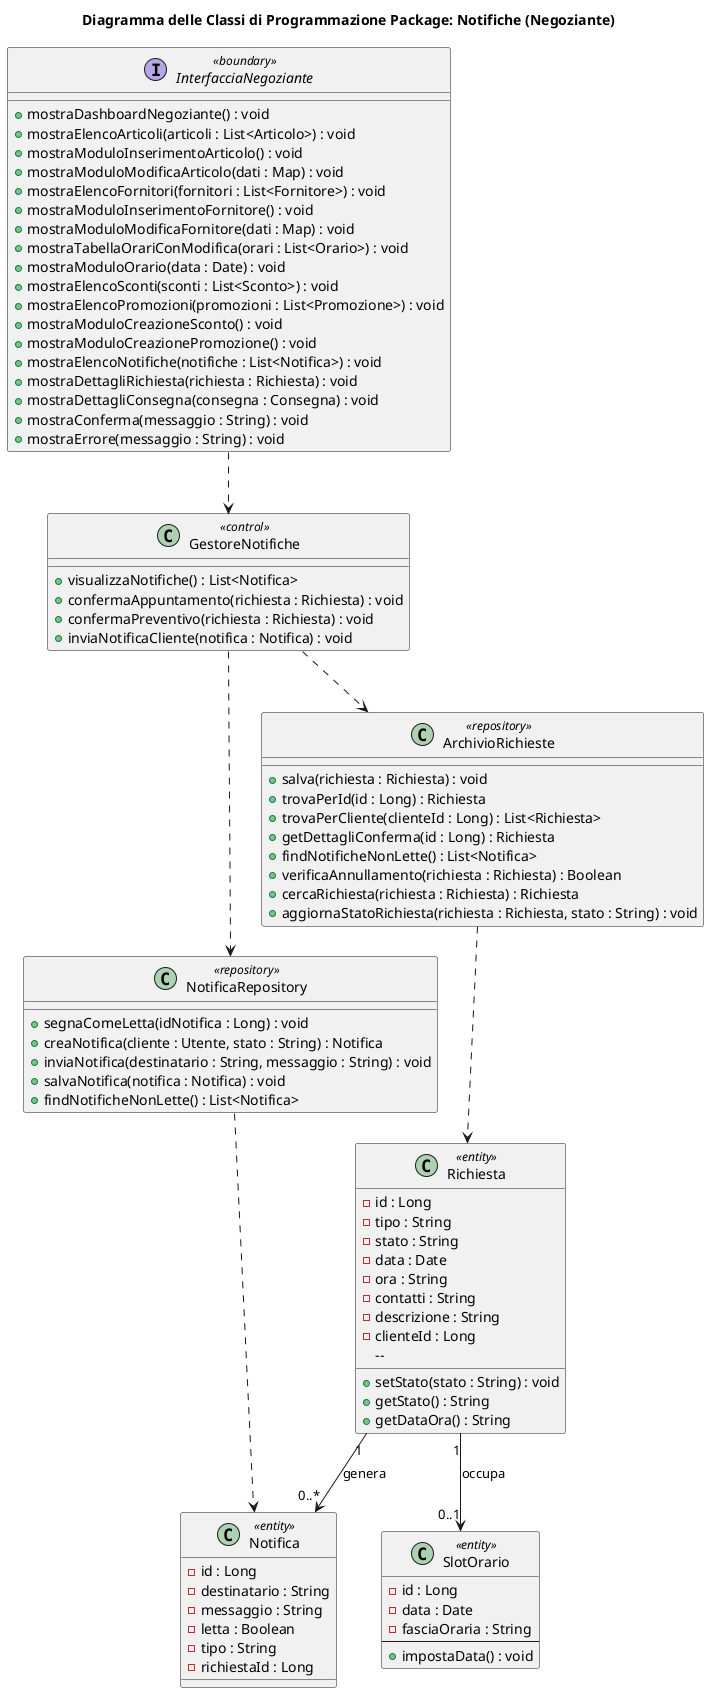
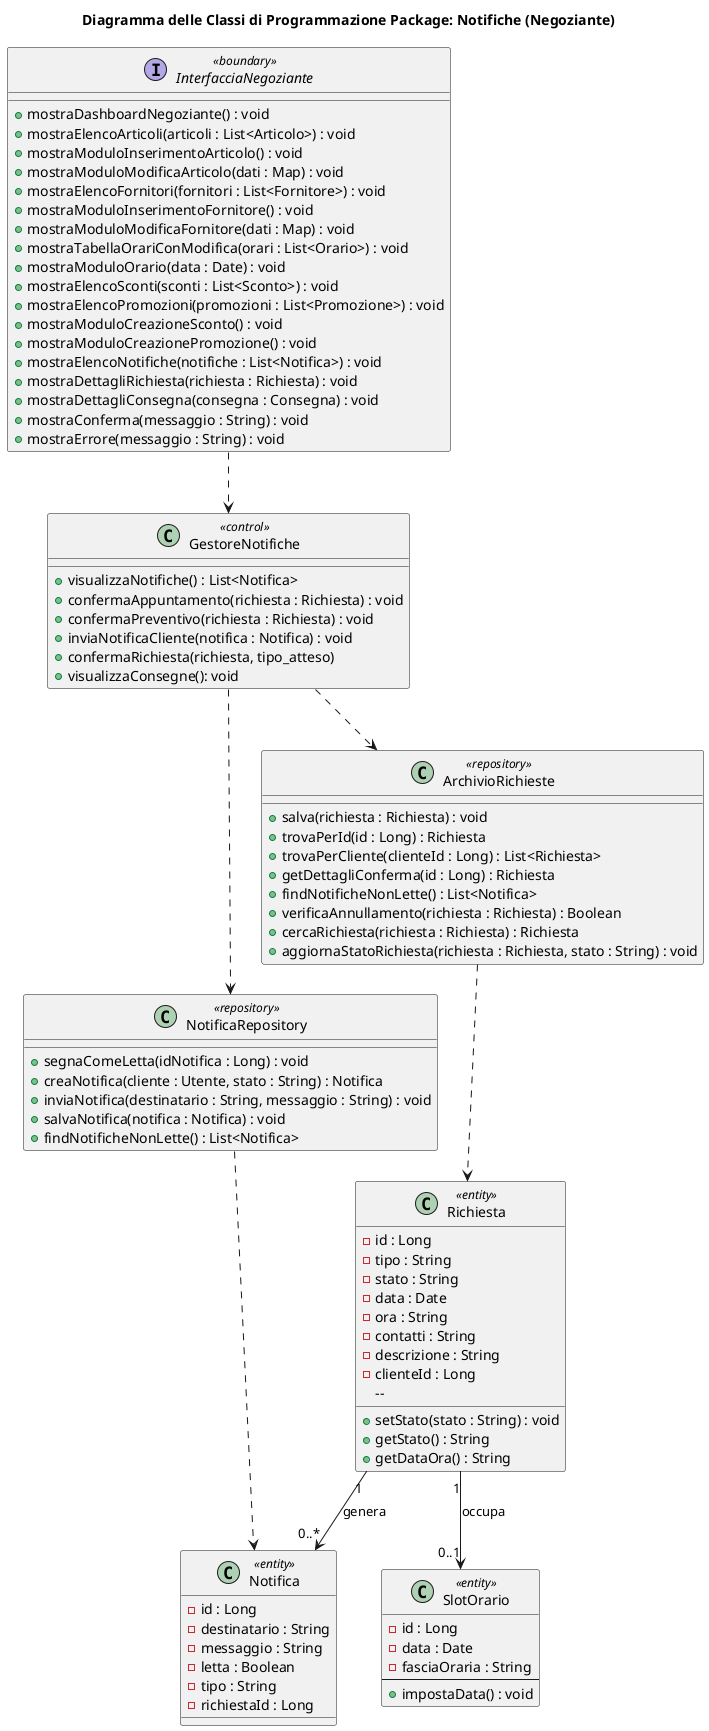
@startuml
title  Diagramma delle Classi di Programmazione Package: Notifiche (Negoziante)

interface InterfacciaNegoziante <<boundary>>
class GestoreNotifiche <<control>>
class NotificaRepository <<repository>>
class ArchivioRichieste <<repository>>
class SlotOrario <<entity>>

interface "InterfacciaNegoziante" <<boundary>> {
    ' Dashboard
    + mostraDashboardNegoziante() : void
    ' Gestione Catalogo
    + mostraElencoArticoli(articoli : List<Articolo>) : void
    + mostraModuloInserimentoArticolo() : void
    + mostraModuloModificaArticolo(dati : Map) : void
    ' Gestione Fornitori
    + mostraElencoFornitori(fornitori : List<Fornitore>) : void
    + mostraModuloInserimentoFornitore() : void
    + mostraModuloModificaFornitore(dati : Map) : void
    ' Gestione Orari
    + mostraTabellaOrariConModifica(orari : List<Orario>) : void
    + mostraModuloOrario(data : Date) : void
    ' Gestione Offerte
    + mostraElencoSconti(sconti : List<Sconto>) : void
    + mostraElencoPromozioni(promozioni : List<Promozione>) : void
    + mostraModuloCreazioneSconto() : void
    + mostraModuloCreazionePromozione() : void
    ' Gestione Notifiche
    + mostraElencoNotifiche(notifiche : List<Notifica>) : void
    + mostraDettagliRichiesta(richiesta : Richiesta) : void
    + mostraDettagliConsegna(consegna : Consegna) : void
    ' Messaggi comuni
    + mostraConferma(messaggio : String) : void
    + mostraErrore(messaggio : String) : void
}
class GestoreNotifiche <<control>> {
    + visualizzaNotifiche() : List<Notifica>
    + confermaAppuntamento(richiesta : Richiesta) : void
    + confermaPreventivo(richiesta : Richiesta) : void
    + inviaNotificaCliente(notifica : Notifica) : void
+     + confermaRichiesta(richiesta, tipo_atteso)
+     + visualizzaConsegne(): void
}
class ArchivioRichieste <<repository>> {
    + salva(richiesta : Richiesta) : void
    + trovaPerId(id : Long) : Richiesta
    + trovaPerCliente(clienteId : Long) : List<Richiesta>
    + getDettagliConferma(id : Long) : Richiesta
    + findNotificheNonLette() : List<Notifica>
    + verificaAnnullamento(richiesta : Richiesta) : Boolean
    + cercaRichiesta(richiesta : Richiesta) : Richiesta
    + aggiornaStatoRichiesta(richiesta : Richiesta, stato : String) : void
}
class NotificaRepository <<repository>> {
    + segnaComeLetta(idNotifica : Long) : void
    + creaNotifica(cliente : Utente, stato : String) : Notifica
    + inviaNotifica(destinatario : String, messaggio : String) : void
    + salvaNotifica(notifica : Notifica) : void
    + findNotificheNonLette() : List<Notifica>
}

class Richiesta <<entity>> {
    - id : Long
    - tipo : String
    - stato : String
    - data : Date
    - ora : String
    - contatti : String
    - descrizione : String
    - clienteId : Long
     --
    + setStato(stato : String) : void
    + getStato() : String
    + getDataOra() : String
}

class Notifica <<entity>> {
    - id : Long
    - destinatario : String
    - messaggio : String
    - letta : Boolean
    - tipo : String
    - richiestaId : Long
}

class SlotOrario <<entity>> {
    - id : Long
    - data : Date
    - fasciaOraria : String
    --
    + impostaData() : void
}


InterfacciaNegoziante ..> GestoreNotifiche
GestoreNotifiche ..> NotificaRepository
GestoreNotifiche ..> ArchivioRichieste
NotificaRepository ..> Notifica
ArchivioRichieste ..> Richiesta
Richiesta "1" --> "0..*" Notifica :genera
Richiesta "1" --> "0..1" SlotOrario :occupa

@enduml